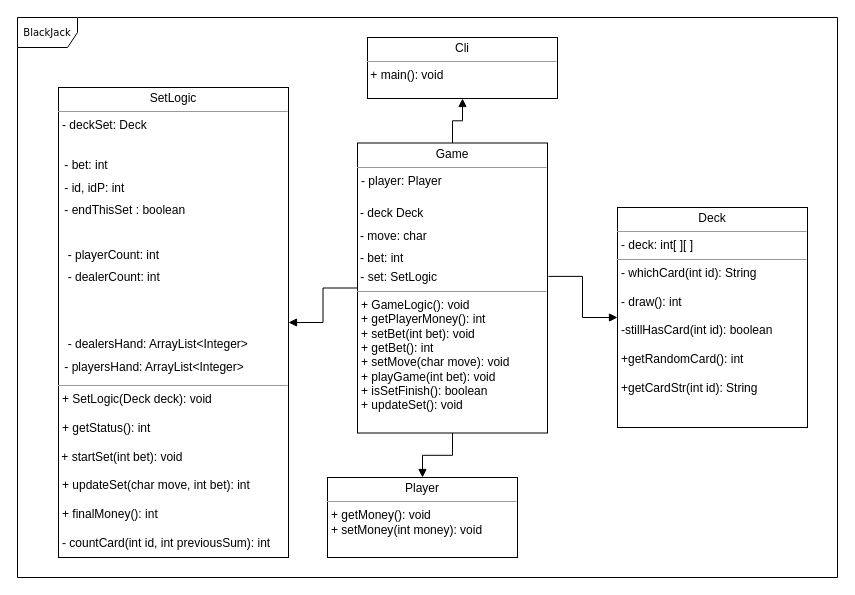
Before: BlackJack/UMLs/BlackJack-classDiagram.drawio in MiguelPires98/feup-lpro, a draw.io diagram. Source tidied: cells renumbered, new cells numbered last; positions are measured from the earlier drawing's top-left corner, leaving out a move shared by most shapes. Both pictures are drawn from the tidied source at 100%, with x=0, y=0 at pixel (17, 17).
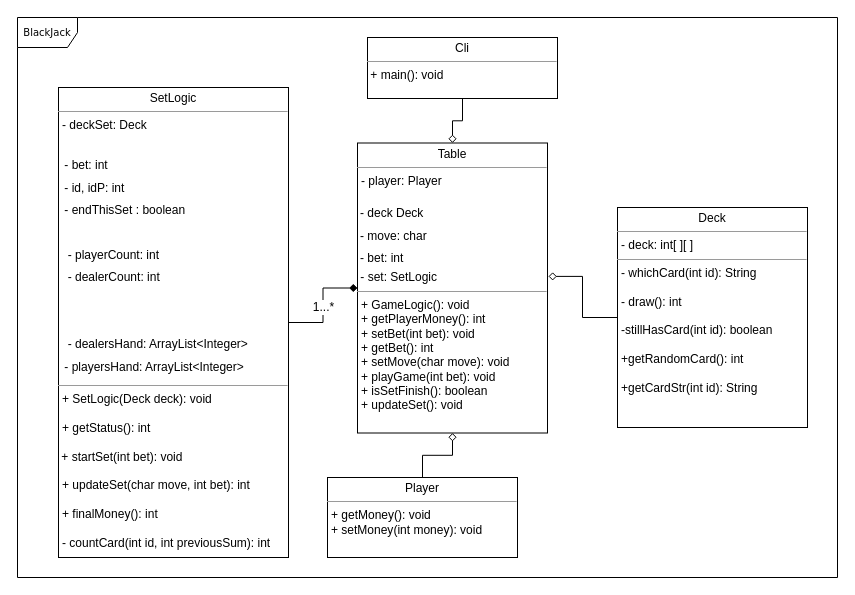
Above is the later version.

The edit, as a diff of the source:
```diff
@@
-<mxGraphModel background="#ffffff">
+<mxGraphModel>
   <root>
     <mxCell id="0" />
     <mxCell id="1" parent="0" />
     <mxCell id="2" value="BlackJack" style="shape=umlFrame;whiteSpace=wrap;html=1;rounded=0;shadow=0;comic=0;labelBackgroundColor=none;strokeColor=#000000;strokeWidth=1;fillColor=#ffffff;fontFamily=Verdana;fontSize=10;fontColor=#000000;align=center;" parent="1" vertex="1">
       <mxGeometry width="820" height="560" as="geometry" />
     </mxCell>
-    <mxCell id="3" style="edgeStyle=orthogonalEdgeStyle;rounded=0;html=1;dashed=1;labelBackgroundColor=none;startFill=0;endArrow=open;endFill=0;endSize=10;fontFamily=Verdana;fontSize=10;" parent="1" edge="1">
-      <mxGeometry relative="1" as="geometry">
-        <mxPoint x="470" y="1009" as="targetPoint" />
-        <Array as="points">
-          <mxPoint x="390" y="1009" />
-          <mxPoint x="390" y="1009" />
-        </Array>
-      </mxGeometry>
-    </mxCell>
-    <mxCell id="4" value="&lt;p style=&quot;margin: 0px ; margin-top: 4px ; text-align: center&quot;&gt;Game&lt;br&gt;&lt;/p&gt;&lt;hr size=&quot;1&quot;&gt;&lt;p style=&quot;margin: 0px ; margin-left: 4px&quot;&gt; &lt;span class=&quot;pl-k&quot;&gt;-&lt;/span&gt; &lt;span class=&quot;pl-smi&quot;&gt;p&lt;/span&gt;layer: Player&lt;/p&gt;&lt;p style=&quot;margin: 0px ; margin-left: 4px&quot;&gt;&lt;br&gt;&lt;/p&gt;&lt;table class=&quot;highlight tab-size js-file-line-container&quot;&gt;&lt;tbody&gt;&lt;tr&gt;&lt;td id=&quot;LC6&quot; class=&quot;blob-code blob-code-inner js-file-line&quot;&gt;- &lt;span class=&quot;pl-smi&quot;&gt;&lt;/span&gt; deck Deck&lt;br&gt;&lt;/td&gt;      &lt;/tr&gt;      &lt;tr&gt;        &lt;/tr&gt;&lt;/tbody&gt;&lt;/table&gt;&lt;table class=&quot;highlight tab-size js-file-line-container&quot;&gt;&lt;tbody&gt;&lt;tr&gt;&lt;td id=&quot;LC7&quot; class=&quot;blob-code blob-code-inner js-file-line&quot;&gt;-  move: char&lt;br&gt;&lt;/td&gt;      &lt;/tr&gt;      &lt;tr&gt;        &lt;/tr&gt;&lt;/tbody&gt;&lt;/table&gt;&lt;table class=&quot;highlight tab-size js-file-line-container&quot;&gt;&lt;tbody&gt;&lt;tr&gt;&lt;td id=&quot;LC8&quot; class=&quot;blob-code blob-code-inner js-file-line&quot;&gt;- &lt;span class=&quot;pl-k&quot;&gt;&lt;/span&gt;bet&lt;span class=&quot;pl-k&quot;&gt;: int&lt;/span&gt;&lt;span class=&quot;pl-c1&quot;&gt;&lt;/span&gt;&lt;/td&gt;      &lt;/tr&gt;      &lt;tr&gt;        &lt;/tr&gt;&lt;/tbody&gt;&lt;/table&gt;&amp;nbsp;- set: SetLogic&lt;br&gt;&lt;hr size=&quot;1&quot;&gt;&lt;p style=&quot;margin: 0px ; margin-left: 4px&quot;&gt;+ &lt;span class=&quot;pl-en&quot;&gt;GameLogic&lt;/span&gt;(): void&lt;br&gt;&lt;/p&gt;&lt;p style=&quot;margin: 0px ; margin-left: 4px&quot;&gt;+&lt;span class=&quot;pl-en&quot;&gt; getPlayerMoney(): int&lt;/span&gt;&lt;/p&gt;&lt;p style=&quot;margin: 0px ; margin-left: 4px&quot;&gt;&lt;span class=&quot;pl-en&quot;&gt;+&lt;/span&gt;&lt;span class=&quot;pl-en&quot;&gt;&lt;span class=&quot;pl-k&quot;&gt;&lt;/span&gt; &lt;span class=&quot;pl-en&quot;&gt;setBet&lt;/span&gt;(&lt;span class=&quot;pl-k&quot;&gt;int&lt;/span&gt; &lt;span class=&quot;pl-v&quot;&gt;bet&lt;/span&gt;): void&lt;br&gt;&lt;/span&gt;&lt;/p&gt;&lt;p style=&quot;margin: 0px ; margin-left: 4px&quot;&gt;&lt;span class=&quot;pl-en&quot;&gt;+&lt;/span&gt;&lt;span class=&quot;pl-en&quot;&gt;&lt;span class=&quot;pl-k&quot;&gt;&lt;/span&gt; g&lt;span class=&quot;pl-en&quot;&gt;etBet&lt;/span&gt;(&lt;span class=&quot;pl-v&quot;&gt;&lt;/span&gt;): int&lt;br&gt;&lt;/span&gt;&lt;/p&gt;&lt;p style=&quot;margin: 0px ; margin-left: 4px&quot;&gt;&lt;span class=&quot;pl-en&quot;&gt;+&lt;/span&gt; &lt;span class=&quot;pl-en&quot;&gt;&lt;span class=&quot;pl-en&quot;&gt;setMove&lt;/span&gt;(&lt;span class=&quot;pl-k&quot;&gt;char&lt;/span&gt; &lt;span class=&quot;pl-v&quot;&gt;move&lt;/span&gt;): void&lt;br&gt;&lt;/span&gt;&lt;/p&gt;&lt;p style=&quot;margin: 0px ; margin-left: 4px&quot;&gt;+ &lt;span class=&quot;pl-en&quot;&gt;playGame&lt;/span&gt;(&lt;span class=&quot;pl-k&quot;&gt;int&lt;/span&gt; &lt;span class=&quot;pl-v&quot;&gt;bet&lt;/span&gt;): void&lt;br&gt;&lt;/p&gt;&lt;p style=&quot;margin: 0px ; margin-left: 4px&quot;&gt;+ &lt;span class=&quot;pl-en&quot;&gt;isSetFinish&lt;/span&gt;(): boolean&lt;/p&gt;&lt;p style=&quot;margin: 0px ; margin-left: 4px&quot;&gt;+&lt;span class=&quot;pl-k&quot;&gt;&lt;/span&gt; &lt;span class=&quot;pl-en&quot;&gt;updateSet&lt;/span&gt;(): void&lt;br&gt;&lt;/p&gt;" style="verticalAlign=top;align=left;overflow=fill;fontSize=12;fontFamily=Helvetica;html=1;rounded=0;shadow=0;comic=0;labelBackgroundColor=none;strokeColor=#000000;strokeWidth=1;fillColor=#ffffff;" parent="1" vertex="1">
-      <mxGeometry x="340" y="125.5" width="190" height="290" as="geometry" />
-    </mxCell>
-    <mxCell id="5" style="edgeStyle=orthogonalEdgeStyle;rounded=0;jettySize=auto;html=1;startArrow=block;startFill=1;endArrow=none;endFill=0;" parent="1" edge="1" source="6" target="4">
-      <mxGeometry relative="1" as="geometry" />
-    </mxCell>
+    <mxCell id="13" style="edgeStyle=orthogonalEdgeStyle;rounded=0;html=1;dashed=1;labelBackgroundColor=none;startFill=0;endArrow=open;endFill=0;endSize=10;fontFamily=Verdana;fontSize=10;" parent="1" edge="1">
+      <mxGeometry relative="1" as="geometry">
+        <mxPoint x="470" y="1009" as="targetPoint" />
+        <Array as="points">
+          <mxPoint x="390" y="1009" />
+          <mxPoint x="390" y="1009" />
+        </Array>
+      </mxGeometry>
+    </mxCell>
+    <mxCell id="14" value="&lt;p style=&quot;margin: 0px ; margin-top: 4px ; text-align: center&quot;&gt;Table&lt;br&gt;&lt;/p&gt;&lt;hr size=&quot;1&quot;&gt;&lt;p style=&quot;margin: 0px ; margin-left: 4px&quot;&gt; &lt;span class=&quot;pl-k&quot;&gt;-&lt;/span&gt; &lt;span class=&quot;pl-smi&quot;&gt;p&lt;/span&gt;layer: Player&lt;/p&gt;&lt;p style=&quot;margin: 0px ; margin-left: 4px&quot;&gt;&lt;br&gt;&lt;/p&gt;&lt;table class=&quot;highlight tab-size js-file-line-container&quot;&gt;&lt;tbody&gt;&lt;tr&gt;&lt;td id=&quot;LC6&quot; class=&quot;blob-code blob-code-inner js-file-line&quot;&gt;- &lt;span class=&quot;pl-smi&quot;&gt;&lt;/span&gt; deck Deck&lt;br&gt;&lt;/td&gt;      &lt;/tr&gt;      &lt;tr&gt;        &lt;/tr&gt;&lt;/tbody&gt;&lt;/table&gt;&lt;table class=&quot;highlight tab-size js-file-line-container&quot;&gt;&lt;tbody&gt;&lt;tr&gt;&lt;td id=&quot;LC7&quot; class=&quot;blob-code blob-code-inner js-file-line&quot;&gt;-  move: char&lt;br&gt;&lt;/td&gt;      &lt;/tr&gt;      &lt;tr&gt;        &lt;/tr&gt;&lt;/tbody&gt;&lt;/table&gt;&lt;table class=&quot;highlight tab-size js-file-line-container&quot;&gt;&lt;tbody&gt;&lt;tr&gt;&lt;td id=&quot;LC8&quot; class=&quot;blob-code blob-code-inner js-file-line&quot;&gt;- &lt;span class=&quot;pl-k&quot;&gt;&lt;/span&gt;bet&lt;span class=&quot;pl-k&quot;&gt;: int&lt;/span&gt;&lt;span class=&quot;pl-c1&quot;&gt;&lt;/span&gt;&lt;/td&gt;      &lt;/tr&gt;      &lt;tr&gt;        &lt;/tr&gt;&lt;/tbody&gt;&lt;/table&gt;&amp;nbsp;- set: SetLogic&lt;br&gt;&lt;hr size=&quot;1&quot;&gt;&lt;p style=&quot;margin: 0px ; margin-left: 4px&quot;&gt;+ &lt;span class=&quot;pl-en&quot;&gt;GameLogic&lt;/span&gt;(): void&lt;br&gt;&lt;/p&gt;&lt;p style=&quot;margin: 0px ; margin-left: 4px&quot;&gt;+&lt;span class=&quot;pl-en&quot;&gt; getPlayerMoney(): int&lt;/span&gt;&lt;/p&gt;&lt;p style=&quot;margin: 0px ; margin-left: 4px&quot;&gt;&lt;span class=&quot;pl-en&quot;&gt;+&lt;/span&gt;&lt;span class=&quot;pl-en&quot;&gt;&lt;span class=&quot;pl-k&quot;&gt;&lt;/span&gt; &lt;span class=&quot;pl-en&quot;&gt;setBet&lt;/span&gt;(&lt;span class=&quot;pl-k&quot;&gt;int&lt;/span&gt; &lt;span class=&quot;pl-v&quot;&gt;bet&lt;/span&gt;): void&lt;br&gt;&lt;/span&gt;&lt;/p&gt;&lt;p style=&quot;margin: 0px ; margin-left: 4px&quot;&gt;&lt;span class=&quot;pl-en&quot;&gt;+&lt;/span&gt;&lt;span class=&quot;pl-en&quot;&gt;&lt;span class=&quot;pl-k&quot;&gt;&lt;/span&gt; g&lt;span class=&quot;pl-en&quot;&gt;etBet&lt;/span&gt;(&lt;span class=&quot;pl-v&quot;&gt;&lt;/span&gt;): int&lt;br&gt;&lt;/span&gt;&lt;/p&gt;&lt;p style=&quot;margin: 0px ; margin-left: 4px&quot;&gt;&lt;span class=&quot;pl-en&quot;&gt;+&lt;/span&gt; &lt;span class=&quot;pl-en&quot;&gt;&lt;span class=&quot;pl-en&quot;&gt;setMove&lt;/span&gt;(&lt;span class=&quot;pl-k&quot;&gt;char&lt;/span&gt; &lt;span class=&quot;pl-v&quot;&gt;move&lt;/span&gt;): void&lt;br&gt;&lt;/span&gt;&lt;/p&gt;&lt;p style=&quot;margin: 0px ; margin-left: 4px&quot;&gt;+ &lt;span class=&quot;pl-en&quot;&gt;playGame&lt;/span&gt;(&lt;span class=&quot;pl-k&quot;&gt;int&lt;/span&gt; &lt;span class=&quot;pl-v&quot;&gt;bet&lt;/span&gt;): void&lt;br&gt;&lt;/p&gt;&lt;p style=&quot;margin: 0px ; margin-left: 4px&quot;&gt;+ &lt;span class=&quot;pl-en&quot;&gt;isSetFinish&lt;/span&gt;(): boolean&lt;/p&gt;&lt;p style=&quot;margin: 0px ; margin-left: 4px&quot;&gt;+&lt;span class=&quot;pl-k&quot;&gt;&lt;/span&gt; &lt;span class=&quot;pl-en&quot;&gt;updateSet&lt;/span&gt;(): void&lt;br&gt;&lt;/p&gt;" style="verticalAlign=top;align=left;overflow=fill;fontSize=12;fontFamily=Helvetica;html=1;rounded=0;shadow=0;comic=0;labelBackgroundColor=none;strokeColor=#000000;strokeWidth=1;fillColor=#ffffff;" parent="1" vertex="1">
+      <mxGeometry x="340" y="125.5" width="190" height="290" as="geometry" />
+    </mxCell>
+    <mxCell id="15" style="edgeStyle=orthogonalEdgeStyle;rounded=0;jettySize=auto;html=1;startArrow=none;startFill=0;endArrow=diamond;endFill=1;" parent="1" edge="1" source="6" target="14">
+      <mxGeometry relative="1" as="geometry" />
+    </mxCell>
+    <mxCell id="16" value="&lt;div&gt;1...*&lt;/div&gt;" style="text;html=1;align=center;verticalAlign=middle;labelBackgroundColor=#ffffff;" parent="15" vertex="1">
+      <mxGeometry x="-0.33" y="5" relative="1" as="geometry">
+        <mxPoint x="4.5" y="-15" as="offset" />
+      </mxGeometry>
+    </mxCell>
     <mxCell id="6" value="&lt;p style=&quot;margin: 0px ; margin-top: 4px ; text-align: center&quot;&gt;SetLogic&lt;/p&gt;&lt;hr size=&quot;1&quot;&gt;&lt;p style=&quot;margin: 0px ; margin-left: 4px&quot;&gt;&lt;span class=&quot;pl-k&quot;&gt;-&lt;/span&gt; deckSet: Deck&lt;/p&gt;&lt;table class=&quot;highlight tab-size js-file-line-container&quot;&gt;&lt;tbody&gt;&lt;tr&gt;&lt;td id=&quot;LC6&quot; class=&quot;blob-code blob-code-inner js-file-line&quot;&gt;&lt;br&gt;&lt;/td&gt;&lt;/tr&gt;&lt;tr&gt;&lt;/tr&gt;&lt;/tbody&gt;&lt;/table&gt;&lt;table class=&quot;highlight tab-size js-file-line-container&quot;&gt;&lt;tbody&gt;&lt;tr&gt;&lt;td id=&quot;LC7&quot; class=&quot;blob-code blob-code-inner js-file-line&quot;&gt;&amp;nbsp;-&lt;span class=&quot;pl-k&quot;&gt;&lt;/span&gt; bet: int&lt;br&gt;&lt;/td&gt;      &lt;/tr&gt;      &lt;tr&gt;        &lt;/tr&gt;&lt;/tbody&gt;&lt;/table&gt;&lt;table class=&quot;highlight tab-size js-file-line-container&quot;&gt;&lt;tbody&gt;&lt;tr&gt;&lt;td id=&quot;LC8&quot; class=&quot;blob-code blob-code-inner js-file-line&quot;&gt;&amp;nbsp;- id, idP: int&lt;/td&gt;      &lt;/tr&gt;      &lt;tr&gt;        &lt;/tr&gt;&lt;/tbody&gt;&lt;/table&gt;&lt;table class=&quot;highlight tab-size js-file-line-container&quot;&gt;&lt;tbody&gt;&lt;tr&gt;&lt;td id=&quot;LC9&quot; class=&quot;blob-code blob-code-inner js-file-line&quot;&gt;&amp;nbsp;&lt;span class=&quot;pl-k&quot;&gt;-&lt;/span&gt; endThisSet&amp;nbsp;: boolean&lt;br&gt;&lt;/td&gt;      &lt;/tr&gt;      &lt;tr&gt;        &lt;/tr&gt;&lt;/tbody&gt;&lt;/table&gt;&lt;table class=&quot;highlight tab-size js-file-line-container&quot;&gt;&lt;tbody&gt;&lt;tr&gt;&lt;td id=&quot;LC10&quot; class=&quot;blob-code blob-code-inner js-file-line&quot;&gt;&lt;br&gt;&lt;/td&gt;&lt;/tr&gt;&lt;tr&gt;&lt;/tr&gt;&lt;/tbody&gt;&lt;/table&gt;&lt;table class=&quot;highlight tab-size js-file-line-container&quot;&gt;&lt;tbody&gt;&lt;tr&gt;&lt;td id=&quot;LC11&quot; class=&quot;blob-code blob-code-inner js-file-line&quot;&gt;&amp;nbsp; - playerCount: int&lt;br&gt;&lt;/td&gt;      &lt;/tr&gt;      &lt;tr&gt;        &lt;/tr&gt;&lt;/tbody&gt;&lt;/table&gt;&lt;table class=&quot;highlight tab-size js-file-line-container&quot;&gt;&lt;tbody&gt;&lt;tr&gt;&lt;td id=&quot;LC12&quot; class=&quot;blob-code blob-code-inner js-file-line&quot;&gt;&amp;nbsp; - &lt;span class=&quot;pl-k&quot;&gt;&lt;/span&gt; dealerCount: int&lt;/td&gt;&lt;/tr&gt;&lt;tr&gt;&lt;/tr&gt;&lt;/tbody&gt;&lt;/table&gt;&lt;table class=&quot;highlight tab-size js-file-line-container&quot;&gt;&lt;tbody&gt;&lt;tr&gt;&lt;td id=&quot;LC13&quot; class=&quot;blob-code blob-code-inner js-file-line&quot;&gt;&lt;br&gt;&lt;/td&gt;&lt;/tr&gt;&lt;tr&gt;&lt;/tr&gt;&lt;/tbody&gt;&lt;/table&gt;&lt;table class=&quot;highlight tab-size js-file-line-container&quot;&gt;&lt;tbody&gt;&lt;tr&gt;&lt;td id=&quot;LC14&quot; class=&quot;blob-code blob-code-inner js-file-line&quot;&gt;&lt;br&gt;&lt;/td&gt;&lt;/tr&gt;&lt;tr&gt;&lt;/tr&gt;&lt;/tbody&gt;&lt;/table&gt;&lt;table class=&quot;highlight tab-size js-file-line-container&quot;&gt;&lt;tbody&gt;&lt;tr&gt;&lt;td id=&quot;LC15&quot; class=&quot;blob-code blob-code-inner js-file-line&quot;&gt;&amp;nbsp;    -&lt;span class=&quot;pl-k&quot;&gt;&lt;/span&gt; dealersHand&lt;span class=&quot;pl-k&quot;&gt;:&lt;/span&gt; &lt;span class=&quot;pl-k&quot;&gt;ArrayList&amp;lt;&lt;span class=&quot;pl-smi&quot;&gt;Integer&lt;/span&gt;&amp;gt;&lt;/span&gt;&lt;/td&gt;      &lt;/tr&gt;      &lt;tr&gt;        &lt;/tr&gt;&lt;/tbody&gt;&lt;/table&gt;&lt;table class=&quot;highlight tab-size js-file-line-container&quot;&gt;&lt;tbody&gt;&lt;tr&gt;&lt;td id=&quot;LC16&quot; class=&quot;blob-code blob-code-inner js-file-line&quot;&gt;&amp;nbsp;-&lt;span class=&quot;pl-k&quot;&gt;&lt;/span&gt; playersHand: &lt;span class=&quot;pl-k&quot;&gt;ArrayList&amp;lt;&lt;span class=&quot;pl-smi&quot;&gt;Integer&lt;/span&gt;&amp;gt;&lt;/span&gt;&lt;/td&gt;      &lt;/tr&gt;      &lt;tr&gt;        &lt;/tr&gt;&lt;/tbody&gt;&lt;/table&gt;&lt;hr size=&quot;1&quot;&gt;&lt;p style=&quot;margin: 0px ; margin-left: 4px&quot;&gt;+&lt;span class=&quot;pl-en&quot;&gt; SetLogic&lt;/span&gt;(&lt;span class=&quot;pl-smi&quot;&gt;Deck&lt;/span&gt; &lt;span class=&quot;pl-v&quot;&gt;deck&lt;/span&gt;): void&lt;/p&gt;&lt;p style=&quot;margin: 0px ; margin-left: 4px&quot;&gt;&lt;br&gt;&lt;/p&gt;&lt;p style=&quot;margin: 0px ; margin-left: 4px&quot;&gt;+ &lt;span class=&quot;pl-en&quot;&gt;getStatus&lt;/span&gt;(): int&lt;br&gt;&lt;/p&gt;&lt;div&gt;&amp;nbsp;&lt;/div&gt;&lt;div&gt;&amp;nbsp;+ &lt;span class=&quot;pl-en&quot;&gt;startSet&lt;/span&gt;(&lt;span class=&quot;pl-k&quot;&gt;int&lt;/span&gt; &lt;span class=&quot;pl-v&quot;&gt;bet&lt;/span&gt;): void&lt;/div&gt;&lt;p style=&quot;margin: 0px ; margin-left: 4px&quot;&gt;&lt;span class=&quot;pl-en&quot;&gt;&lt;br&gt;&lt;/span&gt;&lt;/p&gt;&lt;p style=&quot;margin: 0px ; margin-left: 4px&quot;&gt;&lt;span class=&quot;pl-en&quot;&gt;+ updateSet&lt;/span&gt;(&lt;span class=&quot;pl-k&quot;&gt;char&lt;/span&gt; &lt;span class=&quot;pl-v&quot;&gt;move&lt;/span&gt;, &lt;span class=&quot;pl-k&quot;&gt;int&lt;/span&gt; &lt;span class=&quot;pl-v&quot;&gt;bet&lt;/span&gt;): int&lt;/p&gt;&lt;p style=&quot;margin: 0px ; margin-left: 4px&quot;&gt;&lt;br&gt;&lt;/p&gt;&lt;p style=&quot;margin: 0px ; margin-left: 4px&quot;&gt;+ &lt;span class=&quot;pl-en&quot;&gt;finalMoney(): int&lt;br&gt;&lt;/span&gt;&lt;/p&gt;&lt;p style=&quot;margin: 0px ; margin-left: 4px&quot;&gt;&lt;br&gt;&lt;/p&gt;&lt;p style=&quot;margin: 0px ; margin-left: 4px&quot;&gt;-&lt;span class=&quot;pl-en&quot;&gt; countCard&lt;/span&gt;(&lt;span class=&quot;pl-k&quot;&gt;int&lt;/span&gt; &lt;span class=&quot;pl-v&quot;&gt;id&lt;/span&gt;, &lt;span class=&quot;pl-k&quot;&gt;int&lt;/span&gt; &lt;span class=&quot;pl-v&quot;&gt;previousSum&lt;/span&gt;): int&lt;/p&gt;&lt;p style=&quot;margin: 0px ; margin-left: 4px&quot;&gt;&lt;span class=&quot;pl-en&quot;&gt;&lt;/span&gt;&lt;/p&gt;" style="verticalAlign=top;align=left;overflow=fill;fontSize=12;fontFamily=Helvetica;html=1;rounded=0;shadow=0;comic=0;labelBackgroundColor=none;strokeColor=#000000;strokeWidth=1;fillColor=#ffffff;" parent="1" vertex="1">
       <mxGeometry x="41" y="70" width="230" height="470" as="geometry" />
     </mxCell>
-    <mxCell id="7" style="edgeStyle=orthogonalEdgeStyle;rounded=0;jettySize=auto;html=1;startArrow=block;startFill=1;endArrow=none;endFill=0;" parent="1" edge="1" source="8" target="4">
-      <mxGeometry relative="1" as="geometry" />
-    </mxCell>
+    <mxCell id="17" style="edgeStyle=orthogonalEdgeStyle;rounded=0;jettySize=auto;html=1;startArrow=none;startFill=0;endArrow=diamond;endFill=0;" parent="1" edge="1" source="8" target="14">
+      <mxGeometry relative="1" as="geometry" />
+    </mxCell>
     <mxCell id="8" value="&lt;p style=&quot;margin: 0px ; margin-top: 4px ; text-align: center&quot;&gt;Cli&lt;br&gt;&lt;/p&gt;&lt;hr size=&quot;1&quot;&gt;&lt;div&gt;&amp;nbsp;+ main(): void&lt;/div&gt;" style="verticalAlign=top;align=left;overflow=fill;fontSize=12;fontFamily=Helvetica;html=1;rounded=0;shadow=0;comic=0;labelBackgroundColor=none;strokeColor=#000000;strokeWidth=1;fillColor=#ffffff;" parent="1" vertex="1">
       <mxGeometry x="350" y="20" width="190" height="61" as="geometry" />
     </mxCell>
-    <mxCell id="9" style="edgeStyle=orthogonalEdgeStyle;rounded=0;jettySize=auto;html=1;entryX=1.005;entryY=0.46;entryDx=0;entryDy=0;entryPerimeter=0;startArrow=block;startFill=1;endArrow=none;endFill=0;" parent="1" edge="1" source="10" target="4">
-      <mxGeometry relative="1" as="geometry" />
-    </mxCell>
+    <mxCell id="18" style="edgeStyle=orthogonalEdgeStyle;rounded=0;jettySize=auto;html=1;entryX=1.005;entryY=0.46;entryDx=0;entryDy=0;entryPerimeter=0;startArrow=none;startFill=0;endArrow=diamond;endFill=0;" parent="1" edge="1" source="10" target="14">
+      <mxGeometry relative="1" as="geometry" />
+    </mxCell>
     <mxCell id="10" value="&lt;p style=&quot;margin: 0px ; margin-top: 4px ; text-align: center&quot;&gt;Deck&lt;br&gt;&lt;/p&gt;&lt;hr size=&quot;1&quot;&gt;&lt;p style=&quot;margin: 0px ; margin-left: 4px&quot;&gt;- deck: int[ ][ ]&lt;br&gt;&lt;/p&gt;&lt;hr size=&quot;1&quot;&gt;&lt;p style=&quot;margin: 0px ; margin-left: 4px&quot;&gt;- &lt;span class=&quot;pl-en&quot;&gt;whichCard(int id): String&lt;/span&gt;&lt;/p&gt;&lt;p style=&quot;margin: 0px ; margin-left: 4px&quot;&gt;&lt;br&gt;- draw(): int&lt;/p&gt;&lt;p style=&quot;margin: 0px ; margin-left: 4px&quot;&gt;&lt;br&gt;&lt;/p&gt;&lt;p style=&quot;margin: 0px ; margin-left: 4px&quot;&gt;-stillHasCard(int id): boolean &lt;br&gt;&lt;/p&gt;&lt;p style=&quot;margin: 0px ; margin-left: 4px&quot;&gt;&lt;br&gt;&lt;/p&gt;&lt;p style=&quot;margin: 0px ; margin-left: 4px&quot;&gt;+&lt;span class=&quot;pl-en&quot;&gt;getRandomCard(): int&lt;/span&gt;&lt;/p&gt;&lt;p style=&quot;margin: 0px ; margin-left: 4px&quot;&gt;&lt;span class=&quot;pl-en&quot;&gt;&lt;br&gt;&lt;/span&gt;&lt;/p&gt;&lt;p style=&quot;margin: 0px ; margin-left: 4px&quot;&gt;&lt;span class=&quot;pl-en&quot;&gt;+&lt;/span&gt;&lt;span class=&quot;pl-en&quot;&gt;&lt;span class=&quot;pl-en&quot;&gt;getCardStr&lt;/span&gt;(&lt;span class=&quot;pl-k&quot;&gt;int&lt;/span&gt; &lt;span class=&quot;pl-v&quot;&gt;id&lt;/span&gt;): String&lt;br&gt;&lt;/span&gt;&lt;/p&gt;" style="verticalAlign=top;align=left;overflow=fill;fontSize=12;fontFamily=Helvetica;html=1;rounded=0;shadow=0;comic=0;labelBackgroundColor=none;strokeColor=#000000;strokeWidth=1;fillColor=#ffffff;" parent="1" vertex="1">
       <mxGeometry x="600" y="190" width="190" height="220" as="geometry" />
     </mxCell>
-    <mxCell id="11" style="edgeStyle=orthogonalEdgeStyle;rounded=0;jettySize=auto;html=1;entryX=0.5;entryY=1;entryDx=0;entryDy=0;startArrow=block;startFill=1;endArrow=none;endFill=0;" parent="1" edge="1" source="12" target="4">
-      <mxGeometry relative="1" as="geometry" />
-    </mxCell>
+    <mxCell id="19" style="edgeStyle=orthogonalEdgeStyle;rounded=0;jettySize=auto;html=1;entryX=0.5;entryY=1;entryDx=0;entryDy=0;startArrow=none;startFill=0;endArrow=diamond;endFill=0;" parent="1" edge="1" source="12" target="14">
+      <mxGeometry relative="1" as="geometry" />
+    </mxCell>
     <mxCell id="12" value="&lt;p style=&quot;margin: 0px ; margin-top: 4px ; text-align: center&quot;&gt;Player&lt;/p&gt;&lt;hr size=&quot;1&quot;&gt;&lt;p style=&quot;margin: 0px ; margin-left: 4px&quot;&gt;+ getMoney(): void&lt;br&gt;+ &lt;span class=&quot;pl-en&quot;&gt;setMoney&lt;/span&gt;(&lt;span class=&quot;pl-k&quot;&gt;int&lt;/span&gt; &lt;span class=&quot;pl-v&quot;&gt;money&lt;/span&gt;): void&lt;br&gt;&lt;/p&gt;" style="verticalAlign=top;align=left;overflow=fill;fontSize=12;fontFamily=Helvetica;html=1;rounded=0;shadow=0;comic=0;labelBackgroundColor=none;strokeColor=#000000;strokeWidth=1;fillColor=#ffffff;" parent="1" vertex="1">
       <mxGeometry x="310" y="460" width="190" height="80" as="geometry" />
     </mxCell>
   </root>
 </mxGraphModel>
```
